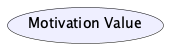
Above: doc/elements/motivation-value.plantuml.png in SixArm/archimate-examples (PlantUML), before the change.
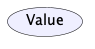
The same diagram one commit later.

What changed in the source:
```diff
@@ -1,4 +1,4 @@
 @startuml
 !include <archimate/Archimate>
-Motivation_Value(MV_01, "Motivation Value")
+Motivation_Value(Value, "Value")
 @enduml
```
